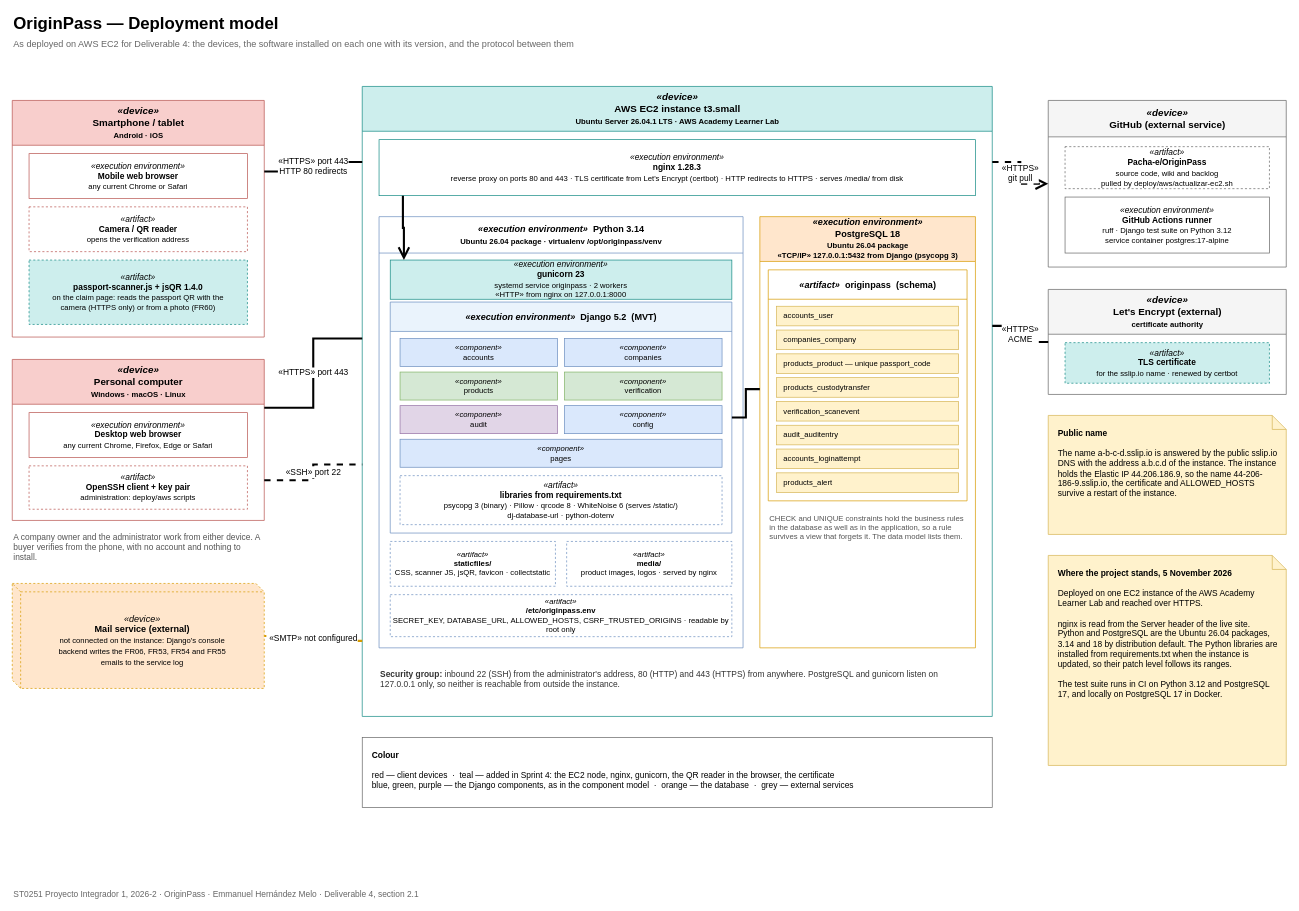
Pacha-e/OriginPass keeps this draw.io diagram as docs/diagrams/deployment-model.drawio. Above is the earlier version. Source tidied: cells renumbered, new cells numbered last; positions are measured from the earlier drawing's top-left corner, leaving out a move shared by most shapes. Both pictures are drawn from the tidied source at 70%, with x=0, y=0 at pixel (12, 12).
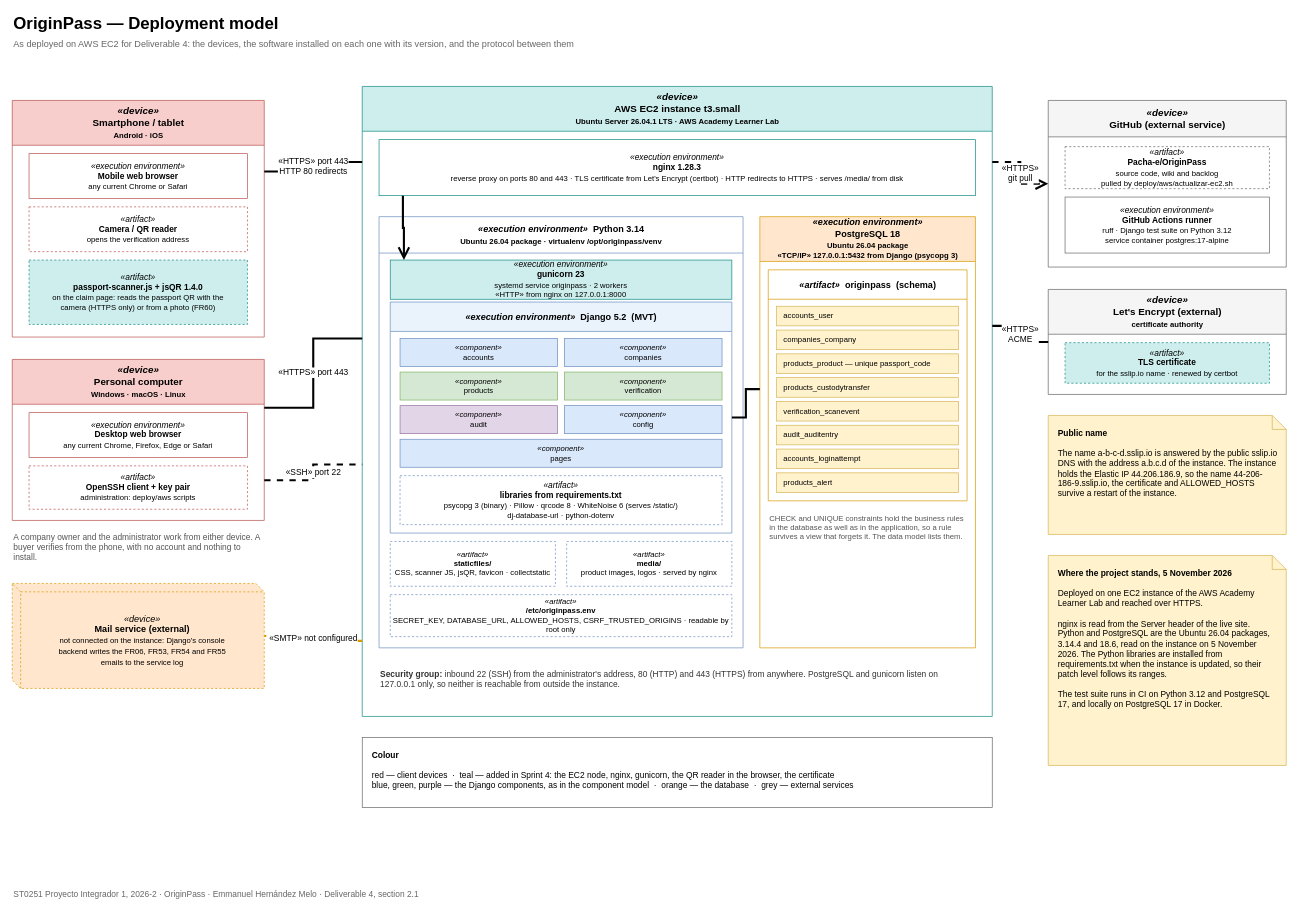
After the change.

Commit message (it also covers changes not shown here):
Record the Python and PostgreSQL versions read on the instance

The edit, as a diff of the source:
```diff
@@
-    <mxCell id="47" value="&lt;b&gt;Where the project stands, 5 November 2026&lt;/b&gt;&lt;br&gt;&lt;br&gt;Deployed on one EC2 instance of the AWS Academy Learner Lab and reached over HTTPS.&lt;br&gt;&lt;br&gt;nginx is read from the Server header of the live site. Python and PostgreSQL are the Ubuntu 26.04 packages, 3.14 and 18 by distribution default. The Python libraries are installed from requirements.txt when the instance is updated, so their patch level follows its ranges.&lt;br&gt;&lt;br&gt;The test suite runs in CI on Python 3.12 and PostgreSQL 17, and locally on PostgreSQL 17 in Docker." style="shape=note;whiteSpace=wrap;html=1;size=20;align=left;verticalAlign=top;spacing=14;fillColor=#fff2cc;strokeColor=#d6b656;fontSize=12;" parent="1" vertex="1">
+    <mxCell id="47" value="&lt;b&gt;Where the project stands, 5 November 2026&lt;/b&gt;&lt;br&gt;&lt;br&gt;Deployed on one EC2 instance of the AWS Academy Learner Lab and reached over HTTPS.&lt;br&gt;&lt;br&gt;nginx is read from the Server header of the live site. Python and PostgreSQL are the Ubuntu 26.04 packages, 3.14.4 and 18.6, read on the instance on 5 November 2026. The Python libraries are installed from requirements.txt when the instance is updated, so their patch level follows its ranges.&lt;br&gt;&lt;br&gt;The test suite runs in CI on Python 3.12 and PostgreSQL 17, and locally on PostgreSQL 17 in Docker." style="shape=note;whiteSpace=wrap;html=1;size=20;align=left;verticalAlign=top;spacing=14;fillColor=#fff2cc;strokeColor=#d6b656;fontSize=12;" parent="1" vertex="1">
       <mxGeometry x="1480" y="776" width="340" height="300" as="geometry" />
     </mxCell>
```
